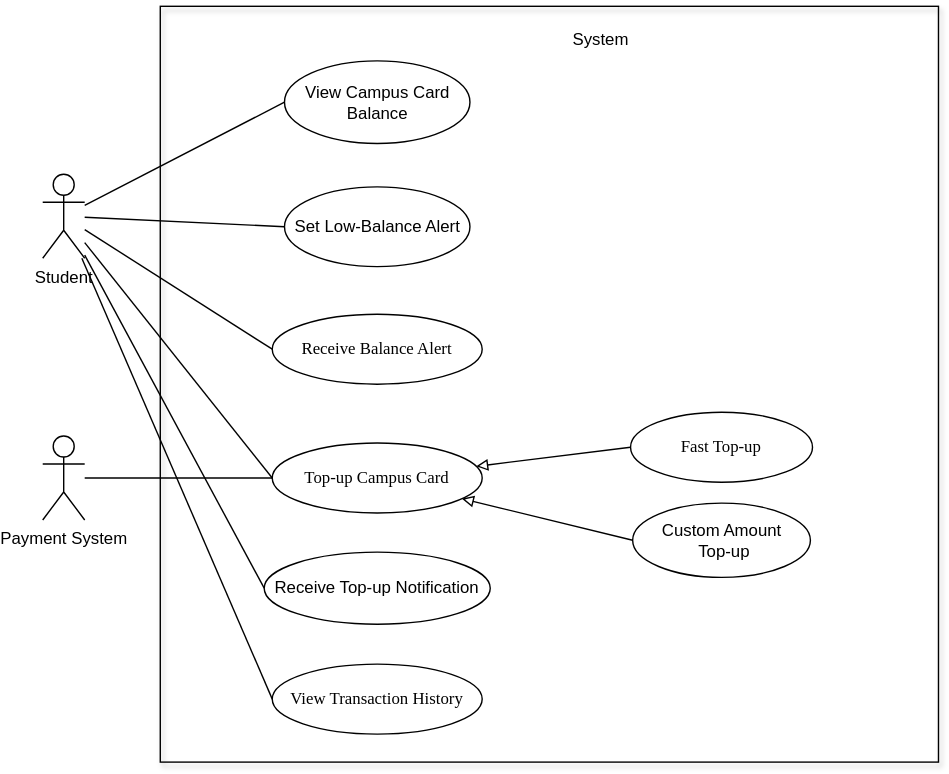
Above: Assignment2/diagrams/CampusCardUseCase.svg in qianlinnian/se_sad_project (draw.io), before the change. Source tidied: cells renumbered, new cells last; positions are measured from the earlier drawing's top-left corner, leaving out a move shared by most shapes.
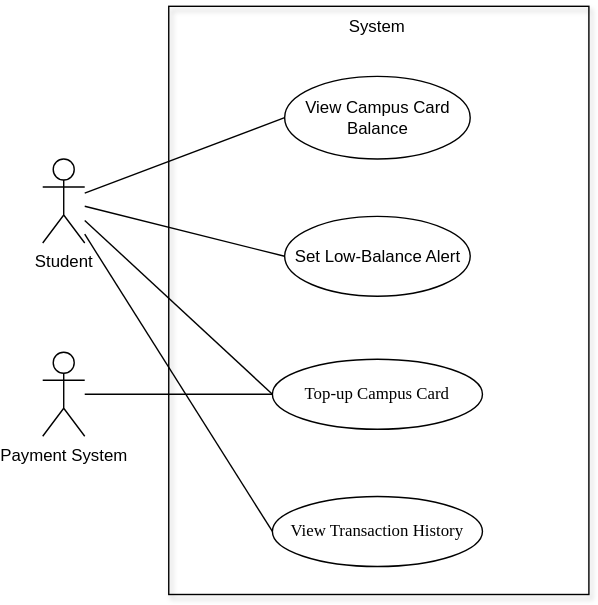
The same file after the commit.

Commit message:
校园卡-三改

Change to the diagram source:
```diff
@@ -3,47 +3,35 @@
     <mxCell id="0" />
     <mxCell id="1" parent="0" />
     <mxCell id="2" style="html=1;whiteSpace=wrap;fillColor=none;shadow=1;" parent="1" vertex="1">
-      <mxGeometry x="84" width="556" height="540" as="geometry" />
+      <mxGeometry x="90" y="60" width="300" height="420" as="geometry" />
     </mxCell>
     <mxCell id="3" value="Payment System" style="shape=umlActor;verticalLabelPosition=bottom;verticalAlign=top;html=1;outlineConnect=0;" parent="1" vertex="1">
       <mxGeometry y="307" width="30" height="60" as="geometry" />
     </mxCell>
     <mxCell id="4" value="Student" style="shape=umlActor;verticalLabelPosition=bottom;verticalAlign=top;html=1;outlineConnect=0;" parent="1" vertex="1">
-      <mxGeometry y="120" width="30" height="60" as="geometry" />
+      <mxGeometry y="169" width="30" height="60" as="geometry" />
     </mxCell>
     <mxCell id="5" value="&lt;div style=&quot;&quot;&gt;&lt;font face=&quot;Verdana&quot;&gt;Top-up Campus Card&lt;/font&gt;&lt;/div&gt;" style="ellipse;whiteSpace=wrap;html=1;align=center;" parent="1" vertex="1">
       <mxGeometry x="164" y="312" width="150" height="50" as="geometry" />
     </mxCell>
     <mxCell id="6" value="View Campus Card Balance" style="ellipse;whiteSpace=wrap;html=1;" parent="1" vertex="1">
-      <mxGeometry x="172.8" y="39" width="132.5" height="59" as="geometry" />
+      <mxGeometry x="172.8" y="110" width="132.5" height="59" as="geometry" />
     </mxCell>
     <mxCell id="7" style="endArrow=none;endFill=0;endSize=12;html=1;rounded=0;entryX=0;entryY=0.5;entryDx=0;entryDy=0;" parent="1" edge="1" source="4" target="6">
       <mxGeometry relative="1" as="geometry" />
     </mxCell>
     <mxCell id="8" value="System" style="text;html=1;align=center;verticalAlign=middle;whiteSpace=wrap;rounded=0;" parent="1" vertex="1">
-      <mxGeometry x="314" y="9" width="170" height="30" as="geometry" />
+      <mxGeometry x="154" y="60" width="170" height="30" as="geometry" />
     </mxCell>
     <mxCell id="9" value="Set Low-Balance Alert" style="ellipse;whiteSpace=wrap;html=1;" parent="1" vertex="1">
-      <mxGeometry x="172.8" y="129" width="132.5" height="57" as="geometry" />
+      <mxGeometry x="172.8" y="210" width="132.5" height="57" as="geometry" />
     </mxCell>
     <mxCell id="10" style="endArrow=none;endFill=0;endSize=12;html=1;rounded=0;entryX=0;entryY=0.5;entryDx=0;entryDy=0;" parent="1" edge="1" source="4" target="9">
       <mxGeometry relative="1" as="geometry" />
     </mxCell>
-    <mxCell id="11" value="Custom Amount&lt;div&gt;&amp;nbsp;Top-up&lt;/div&gt;" style="ellipse;whiteSpace=wrap;html=1;" parent="1" vertex="1">
-      <mxGeometry x="421.5" y="355" width="127" height="53" as="geometry" />
-    </mxCell>
-    <mxCell id="12" value="Receive Top-up Notification" style="ellipse;whiteSpace=wrap;html=1;" parent="1" vertex="1">
-      <mxGeometry x="158.2" y="390" width="161.5" height="51.5" as="geometry" />
-    </mxCell>
-    <mxCell id="13" value="&lt;div style=&quot;&quot;&gt;&lt;font face=&quot;Verdana&quot;&gt;Receive Balance Alert&lt;/font&gt;&lt;/div&gt;" style="ellipse;whiteSpace=wrap;html=1;align=center;" parent="1" vertex="1">
-      <mxGeometry x="164" y="220" width="150" height="50" as="geometry" />
-    </mxCell>
     <mxCell id="14" value="&lt;div style=&quot;&quot;&gt;&lt;font face=&quot;Verdana&quot;&gt;View Transaction History&lt;/font&gt;&lt;/div&gt;" style="ellipse;whiteSpace=wrap;html=1;align=center;" parent="1" vertex="1">
-      <mxGeometry x="164" y="470" width="150" height="50" as="geometry" />
+      <mxGeometry x="164" y="410" width="150" height="50" as="geometry" />
     </mxCell>
-    <mxCell id="15" value="&lt;div style=&quot;&quot;&gt;&lt;font face=&quot;Verdana&quot;&gt;Fast Top-up&lt;/font&gt;&lt;/div&gt;" style="ellipse;whiteSpace=wrap;html=1;align=center;" parent="1" vertex="1">
-      <mxGeometry x="420" y="290" width="130" height="50" as="geometry" />
-    </mxCell>
     <mxCell id="16" style="endArrow=none;endFill=0;endSize=12;html=1;rounded=0;entryX=0;entryY=0.5;entryDx=0;entryDy=0;" parent="1" edge="1" source="4" target="5">
       <mxGeometry relative="1" as="geometry" />
     </mxCell>
@@ -53,17 +41,5 @@
     <mxCell id="18" style="endArrow=none;endFill=0;endSize=12;html=1;rounded=0;entryX=0;entryY=0.5;entryDx=0;entryDy=0;" parent="1" edge="1" source="3" target="5">
       <mxGeometry relative="1" as="geometry" />
     </mxCell>
-    <mxCell id="19" style="endArrow=none;html=1;rounded=0;entryX=0;entryY=0.5;entryDx=0;entryDy=0;startArrow=block;startFill=0;labelBackgroundColor=default;endFill=0;" parent="1" edge="1" source="5" target="11">
-      <mxGeometry x="-0.14" relative="1" as="geometry" />
-    </mxCell>
-    <mxCell id="20" style="endArrow=none;html=1;rounded=0;entryX=0;entryY=0.5;entryDx=0;entryDy=0;startArrow=block;startFill=0;labelBackgroundColor=default;endFill=0;" parent="1" edge="1" source="5" target="15">
-      <mxGeometry x="-0.14" relative="1" as="geometry" />
-    </mxCell>
-    <mxCell id="21" style="endArrow=none;endFill=0;endSize=12;html=1;rounded=0;entryX=0;entryY=0.5;entryDx=0;entryDy=0;" parent="1" edge="1" source="4" target="12">
-      <mxGeometry relative="1" as="geometry" />
-    </mxCell>
-    <mxCell id="22" style="endArrow=none;endFill=0;endSize=12;html=1;rounded=0;entryX=0;entryY=0.5;entryDx=0;entryDy=0;" parent="1" edge="1" source="4" target="13">
-      <mxGeometry relative="1" as="geometry" />
-    </mxCell>
   </root>
 </mxGraphModel>
```
